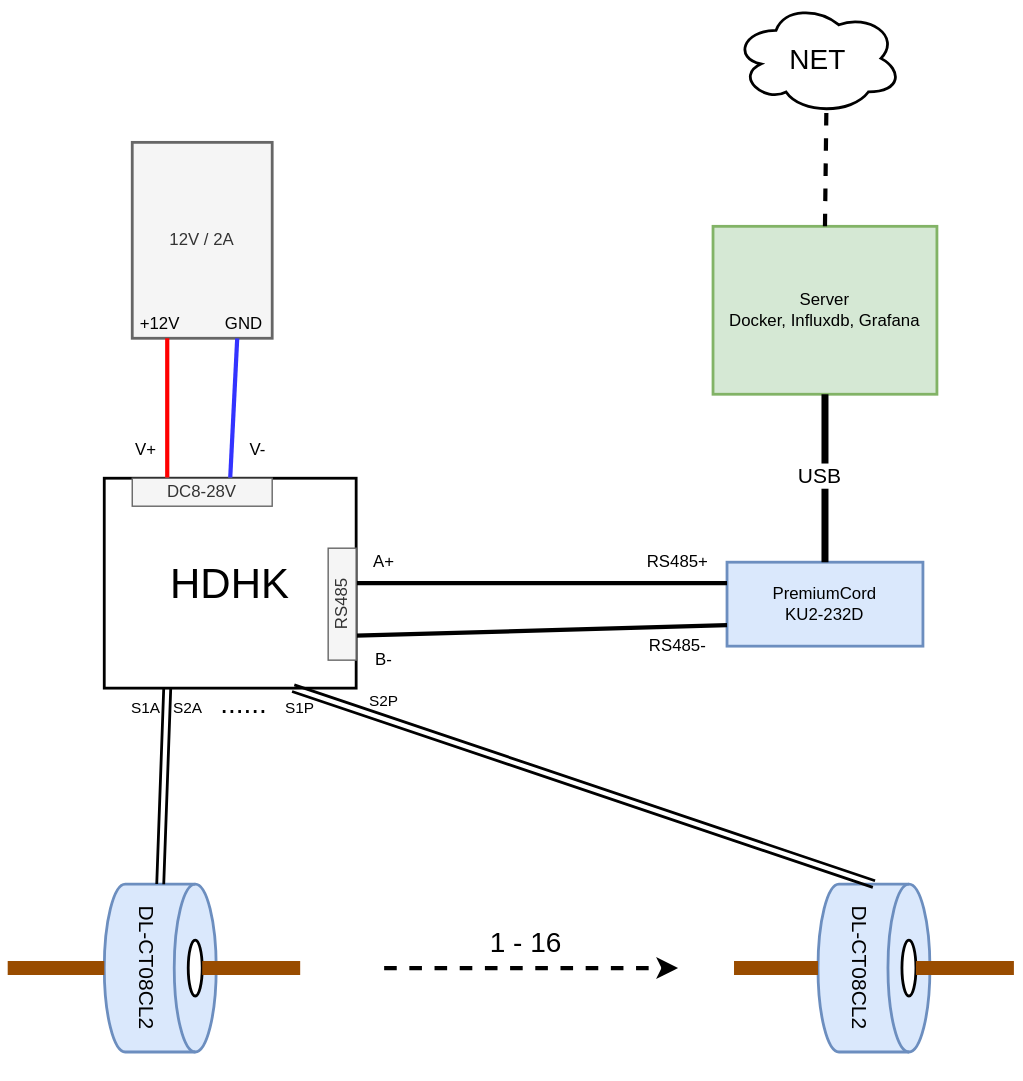
The draw.io diagram doc/images/powermeter.svg in lukaskaplan/powermeter, before a commit. Source tidied: cells renumbered, new cells last; positions are measured from the earlier drawing's top-left corner, leaving out a move shared by most shapes.
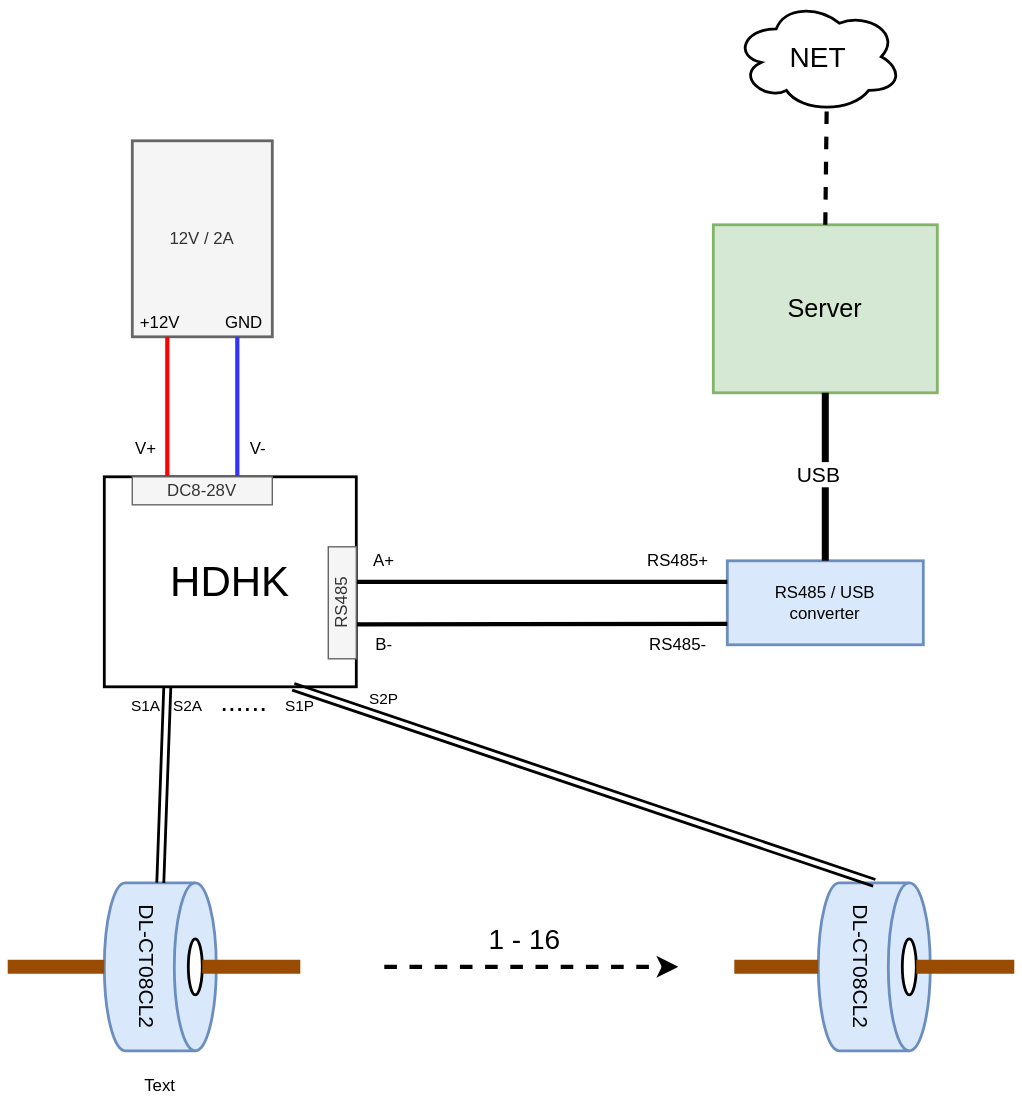
Above is the later version.

What changed in the source:
```diff
@@ -8,10 +8,10 @@
     <mxCell id="3" value="12V / 2A" style="rounded=0;whiteSpace=wrap;html=1;fillColor=#f5f5f5;strokeColor=#666666;fontColor=#333333;strokeWidth=2;" parent="1" vertex="1">
       <mxGeometry x="89" y="100" width="100" height="140" as="geometry" />
     </mxCell>
-    <mxCell id="4" value="&lt;div&gt;PremiumCord&lt;/div&gt;&lt;div&gt;KU2-232D&lt;br&gt;&lt;/div&gt;" style="rounded=0;whiteSpace=wrap;html=1;fillColor=#dae8fc;strokeColor=#6c8ebf;strokeWidth=2;" parent="1" vertex="1">
+    <mxCell id="4" value="&lt;div&gt;RS485 / USB&lt;/div&gt;&lt;div&gt;converter&lt;br&gt;&lt;/div&gt;" style="rounded=0;whiteSpace=wrap;html=1;fillColor=#dae8fc;strokeColor=#6c8ebf;strokeWidth=2;" parent="1" vertex="1">
       <mxGeometry x="514" y="400" width="140" height="60" as="geometry" />
     </mxCell>
-    <mxCell id="5" value="&lt;div&gt;Server&lt;/div&gt;&lt;div&gt;Docker, Influxdb, Grafana&lt;br&gt;&lt;/div&gt;" style="rounded=0;whiteSpace=wrap;html=1;strokeWidth=2;fillColor=#d5e8d4;strokeColor=#82b366;" parent="1" vertex="1">
+    <mxCell id="5" value="Server" style="rounded=0;whiteSpace=wrap;html=1;strokeWidth=2;fillColor=#d5e8d4;strokeColor=#82b366;fontSize=18;" parent="1" vertex="1">
       <mxGeometry x="504" y="160" width="160" height="120" as="geometry" />
     </mxCell>
     <mxCell id="6" style="endArrow=none;html=1;entryX=0.5;entryY=1;entryDx=0;entryDy=0;exitX=0.5;exitY=0;exitDx=0;exitDy=0;strokeWidth=5;" parent="1" edge="1" source="4" target="5">
@@ -22,7 +22,7 @@
         <mxPoint x="-7" y="20" as="offset" />
       </mxGeometry>
     </mxCell>
-    <mxCell id="8" style="endArrow=none;html=1;entryX=1;entryY=0.75;entryDx=0;entryDy=0;exitX=0;exitY=0.75;exitDx=0;exitDy=0;strokeWidth=3;" parent="1" edge="1" source="4" target="2">
+    <mxCell id="8" style="endArrow=none;html=1;entryX=0.308;entryY=0.933;entryDx=0;entryDy=0;exitX=0;exitY=0.75;exitDx=0;exitDy=0;strokeWidth=3;entryPerimeter=0;" parent="1" edge="1" source="4" target="14">
       <mxGeometry relative="1" as="geometry" />
     </mxCell>
     <mxCell id="9" style="endArrow=none;html=1;entryX=1;entryY=0.5;entryDx=0;entryDy=0;exitX=0;exitY=0.25;exitDx=0;exitDy=0;strokeWidth=3;" parent="1" edge="1" source="4" target="2">
@@ -38,7 +38,7 @@
       <mxGeometry x="249" y="390" width="40" height="20" as="geometry" />
     </mxCell>
     <mxCell id="13" value="B-" style="text;html=1;strokeColor=none;fillColor=none;align=center;verticalAlign=middle;whiteSpace=wrap;rounded=0;" parent="1" vertex="1">
-      <mxGeometry x="249" y="460" width="40" height="20" as="geometry" />
+      <mxGeometry x="249" y="450" width="40" height="20" as="geometry" />
     </mxCell>
     <mxCell id="14" value="RS485" style="text;html=1;strokeColor=#666666;fillColor=#f5f5f5;align=center;verticalAlign=middle;whiteSpace=wrap;rounded=0;rotation=-90;fontColor=#333333;" parent="1" vertex="1">
       <mxGeometry x="199" y="420" width="80" height="20" as="geometry" />
@@ -46,7 +46,7 @@
     <mxCell id="15" style="endArrow=none;html=1;entryX=0.25;entryY=1;entryDx=0;entryDy=0;exitX=0.25;exitY=0;exitDx=0;exitDy=0;strokeColor=#FF0000;strokeWidth=3;" parent="1" edge="1" source="2" target="3">
       <mxGeometry relative="1" as="geometry" />
     </mxCell>
-    <mxCell id="16" style="endArrow=none;html=1;entryX=0.75;entryY=1;entryDx=0;entryDy=0;exitX=0.5;exitY=0;exitDx=0;exitDy=0;strokeWidth=3;strokeColor=#3333FF;" parent="1" edge="1" source="2" target="3">
+    <mxCell id="16" style="endArrow=none;html=1;entryX=0.75;entryY=1;entryDx=0;entryDy=0;exitX=0.75;exitY=0;exitDx=0;exitDy=0;strokeWidth=3;strokeColor=#3333FF;exitPerimeter=0;" parent="1" edge="1" source="19" target="3">
       <mxGeometry relative="1" as="geometry" />
     </mxCell>
     <mxCell id="17" value="+12V" style="text;html=1;strokeColor=none;fillColor=none;align=center;verticalAlign=middle;whiteSpace=wrap;rounded=0;" parent="1" vertex="1">
@@ -146,5 +146,8 @@
     <mxCell id="44" style="endArrow=none;html=1;dashed=1;strokeColor=#000000;strokeWidth=3;fontSize=20;entryX=0.55;entryY=0.95;entryDx=0;entryDy=0;entryPerimeter=0;exitX=0.5;exitY=0;exitDx=0;exitDy=0;" parent="1" edge="1" source="5" target="43">
       <mxGeometry relative="1" as="geometry" />
     </mxCell>
+    <mxCell id="45" value="Text" style="text;html=1;align=center;verticalAlign=middle;whiteSpace=wrap;rounded=0;" parent="1" vertex="1">
+      <mxGeometry x="79" y="760" width="60" height="30" as="geometry" />
+    </mxCell>
   </root>
 </mxGraphModel>
```
